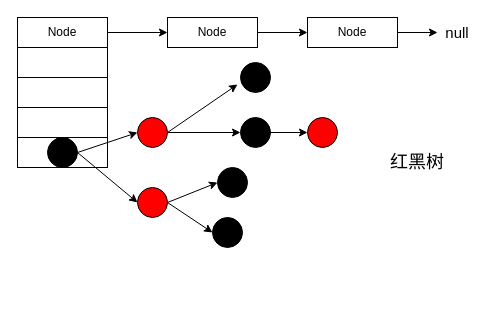
7polo/resources keeps this draw.io diagram as knowledge/java/hashmap/hashmap.drawio. Above is the earlier version. Source tidied: cells renumbered, new cells numbered last; positions are measured from the earlier drawing's top-left corner, leaving out a move shared by most shapes. Both pictures are drawn from the tidied source at 100%, with x=0, y=0 at pixel (17, 17).
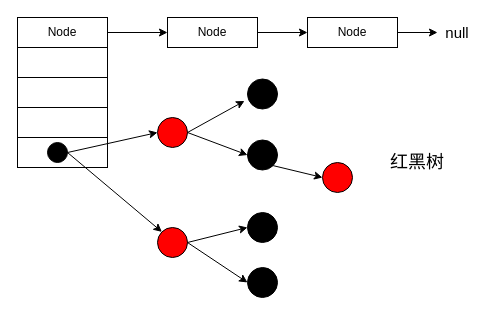
The same page after the edit.

What changed in the source:
```diff
@@
     <mxCell id="13" style="ellipse;whiteSpace=wrap;html=1;fillColor=#000000;" parent="1" vertex="1">
-      <mxGeometry x="30" y="120" width="30" height="30" as="geometry" />
+      <mxGeometry x="30" y="125" width="20" height="20" as="geometry" />
     </mxCell>
     <mxCell id="14" style="ellipse;whiteSpace=wrap;html=1;fillColor=#000000;" parent="1" vertex="1">
-      <mxGeometry x="223" y="45" width="30" height="30" as="geometry" />
+      <mxGeometry x="230" y="61.5" width="30" height="30" as="geometry" />
     </mxCell>
     <mxCell id="15" style="ellipse;whiteSpace=wrap;html=1;fillColor=#FF0000;" parent="1" vertex="1">
-      <mxGeometry x="120" y="100" width="30" height="30" as="geometry" />
+      <mxGeometry x="140" y="100" width="30" height="30" as="geometry" />
     </mxCell>
     <mxCell id="16" style="ellipse;whiteSpace=wrap;html=1;fillColor=#FF0000;" parent="1" vertex="1">
-      <mxGeometry x="120" y="170" width="30" height="30" as="geometry" />
+      <mxGeometry x="140" y="210" width="30" height="30" as="geometry" />
     </mxCell>
-    <mxCell id="17" style="edgeStyle=orthogonalEdgeStyle;rounded=0;jettySize=auto;html=1;exitX=1;exitY=0.5;exitDx=0;exitDy=0;entryX=0;entryY=0.5;entryDx=0;entryDy=0;" parent="1" edge="1" source="18" target="27">
-      <mxGeometry relative="1" as="geometry" />
-    </mxCell>
     <mxCell id="18" style="ellipse;whiteSpace=wrap;html=1;fillColor=#000000;" parent="1" vertex="1">
-      <mxGeometry x="223" y="100" width="30" height="30" as="geometry" />
+      <mxGeometry x="230" y="122.5" width="30" height="30" as="geometry" />
     </mxCell>
@@
-    <mxCell id="20" style="endArrow=classic;html=1;exitX=1;exitY=0.5;exitDx=0;exitDy=0;entryX=0;entryY=0.5;entryDx=0;entryDy=0;" parent="1" edge="1" source="13" target="16">
+    <mxCell id="20" style="endArrow=classic;html=1;exitX=1;exitY=0.5;exitDx=0;exitDy=0;entryX=0;entryY=0;entryDx=0;entryDy=0;" parent="1" edge="1" source="13" target="16">
       <mxGeometry relative="1" as="geometry" />
     </mxCell>
@@
     <mxCell id="23" style="ellipse;whiteSpace=wrap;html=1;fillColor=#000000;" parent="1" vertex="1">
-      <mxGeometry x="195" y="200" width="30" height="30" as="geometry" />
+      <mxGeometry x="230" y="250" width="30" height="30" as="geometry" />
     </mxCell>
     <mxCell id="24" style="ellipse;whiteSpace=wrap;html=1;fillColor=#000000;" parent="1" vertex="1">
-      <mxGeometry x="200" y="150" width="30" height="30" as="geometry" />
+      <mxGeometry x="230" y="195" width="30" height="30" as="geometry" />
     </mxCell>
@@
-    <mxCell id="26" style="endArrow=classic;html=1;exitX=1;exitY=0.5;exitDx=0;exitDy=0;entryX=0;entryY=0.5;entryDx=0;entryDy=0;" parent="1" edge="1" source="16" target="23">
+    <mxCell id="26" style="endArrow=classic;html=1;entryX=0;entryY=0.5;entryDx=0;entryDy=0;exitX=1;exitY=0.5;exitDx=0;exitDy=0;" parent="1" edge="1" source="16" target="23">
       <mxGeometry relative="1" as="geometry" />
     </mxCell>
     <mxCell id="27" style="ellipse;whiteSpace=wrap;html=1;fillColor=#FF0000;" parent="1" vertex="1">
-      <mxGeometry x="290" y="100" width="30" height="30" as="geometry" />
+      <mxGeometry x="305" y="145" width="30" height="30" as="geometry" />
     </mxCell>
@@
+    <mxCell id="17" style="endArrow=classic;html=1;exitX=1;exitY=1;exitDx=0;exitDy=0;entryX=0;entryY=0.5;entryDx=0;entryDy=0;" parent="1" edge="1" source="18" target="27">
+      <mxGeometry relative="1" as="geometry" />
+    </mxCell>
```
